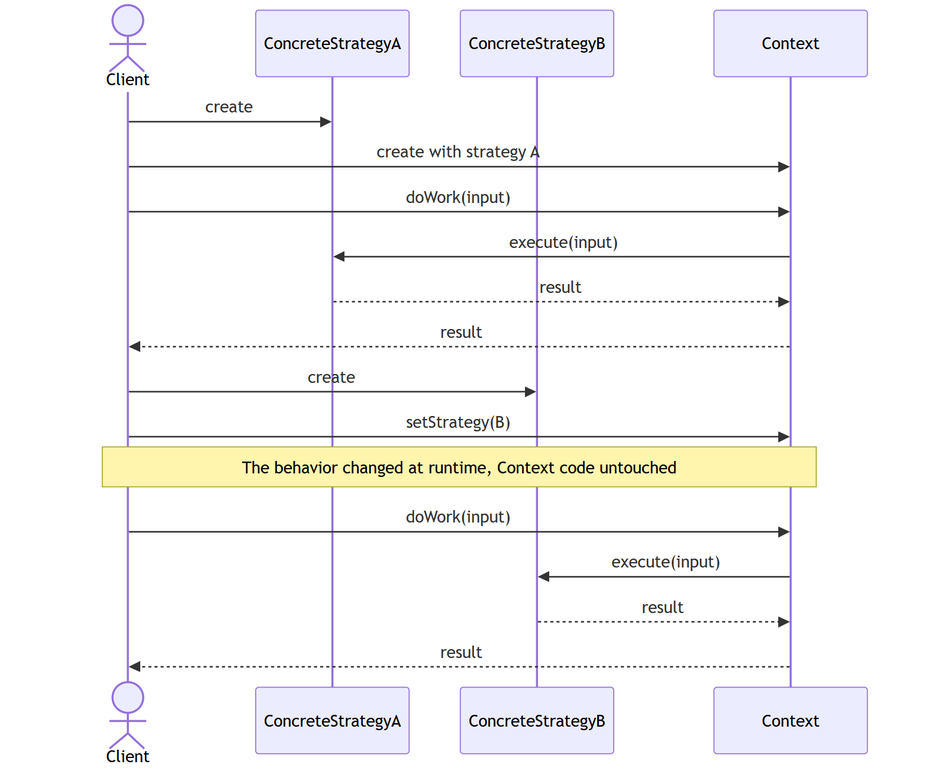
The Mermaid diagram docs/diagrams/strategy-generic-sequence.png in enok/design-pattern-strategy, before a commit. Its source is kept beside it as docs/diagrams/strategy-generic-sequence.mmd. The source it was exported from:
```mermaid
sequenceDiagram
    actor Client
    participant A as ConcreteStrategyA
    participant B as ConcreteStrategyB
    participant Ctx as Context
    Client->>A: create
    Client->>Ctx: create with strategy A
    Client->>Ctx: doWork(input)
    Ctx->>A: execute(input)
    A-->>Ctx: result
    Ctx-->>Client: result
    Client->>B: create
    Client->>Ctx: setStrategy(B)
    Note over Client,Ctx: The behavior changed at runtime, Context code untouched
    Client->>Ctx: doWork(input)
    Ctx->>B: execute(input)
    B-->>Ctx: result
    Ctx-->>Client: result
```
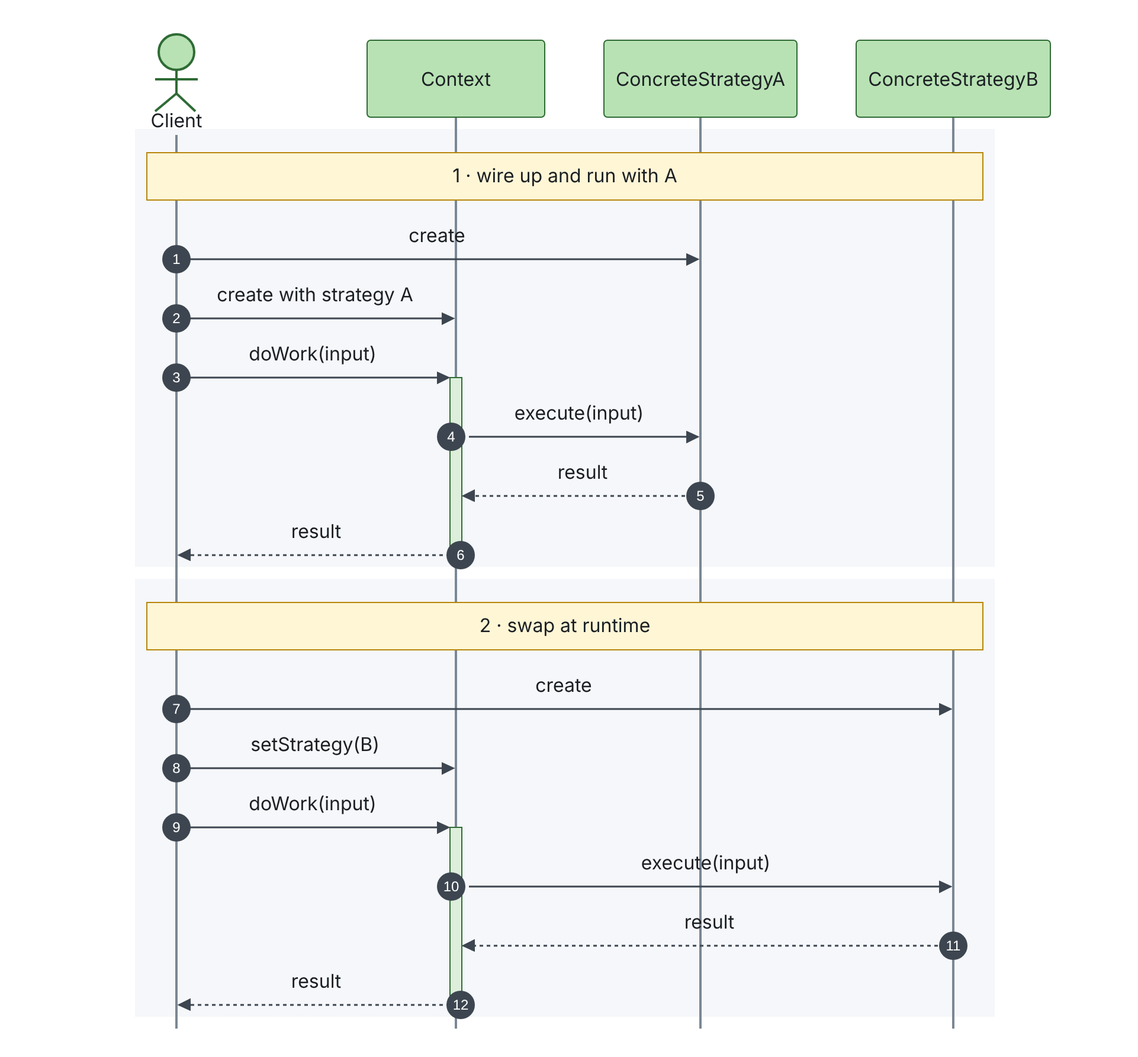
Above is the later version.

Diff of the diagram source:
```diff
@@ -1,18 +1,25 @@
+%%{init: {"theme": "base", "themeVariables": {"fontFamily": "Arial, Helvetica, sans-serif", "fontSize": "20px", "background": "#FFFFFF", "primaryColor": "#FFFFFF", "primaryBorderColor": "#1B1F23", "primaryTextColor": "#1B1F23", "secondaryColor": "#FDDCB5", "tertiaryColor": "#F5F7FA", "lineColor": "#3D4650", "textColor": "#1B1F23", "mainBkg": "#FFFFFF", "nodeBorder": "#1B1F23", "clusterBkg": "#F5F7FA", "clusterBorder": "#9AA5B1", "edgeLabelBackground": "#FFFFFF", "noteBkgColor": "#FFF6D6", "noteBorderColor": "#B8860B", "noteTextColor": "#1B1F23", "actorBkg": "#B8E2B4", "actorBorder": "#2F6B35", "actorTextColor": "#1B1F23", "actorLineColor": "#7A8794", "signalColor": "#3D4650", "signalTextColor": "#1B1F23", "labelBoxBkgColor": "#F5F7FA", "labelBoxBorderColor": "#7A8794", "labelTextColor": "#1B1F23", "loopTextColor": "#1B1F23", "activationBkgColor": "#DDEFDB", "activationBorderColor": "#2F6B35", "sequenceNumberColor": "#FFFFFF", "classText": "#1B1F23"}, "flowchart": {"curve": "linear", "nodeSpacing": 50, "rankSpacing": 60, "padding": 16, "htmlLabels": false}, "sequence": {"actorMargin": 50, "messageMargin": 38, "boxMargin": 10, "noteMargin": 10, "mirrorActors": false, "useMaxWidth": false}, "class": {"padding": 12, "htmlLabels": false}, "fontFamily": "Arial, Helvetica, sans-serif"}}%%
 sequenceDiagram
+    autonumber
     actor Client
+    participant Ctx as Context
     participant A as ConcreteStrategyA
     participant B as ConcreteStrategyB
-    participant Ctx as Context
-    Client->>A: create
-    Client->>Ctx: create with strategy A
-    Client->>Ctx: doWork(input)
-    Ctx->>A: execute(input)
-    A-->>Ctx: result
-    Ctx-->>Client: result
-    Client->>B: create
-    Client->>Ctx: setStrategy(B)
-    Note over Client,Ctx: The behavior changed at runtime, Context code untouched
-    Client->>Ctx: doWork(input)
-    Ctx->>B: execute(input)
-    B-->>Ctx: result
-    Ctx-->>Client: result
+    rect rgb(245,247,250)
+        Note over Client,B: 1 · wire up and run with A
+        Client->>A: create
+        Client->>Ctx: create with strategy A
+        Client->>+Ctx: doWork(input)
+        Ctx->>A: execute(input)
+        A-->>Ctx: result
+        Ctx-->>-Client: result
+    end
+    rect rgb(245,247,250)
+        Note over Client,B: 2 · swap at runtime
+        Client->>B: create
+        Client->>Ctx: setStrategy(B)
+        Client->>+Ctx: doWork(input)
+        Ctx->>B: execute(input)
+        B-->>Ctx: result
+        Ctx-->>-Client: result
+    end
```
